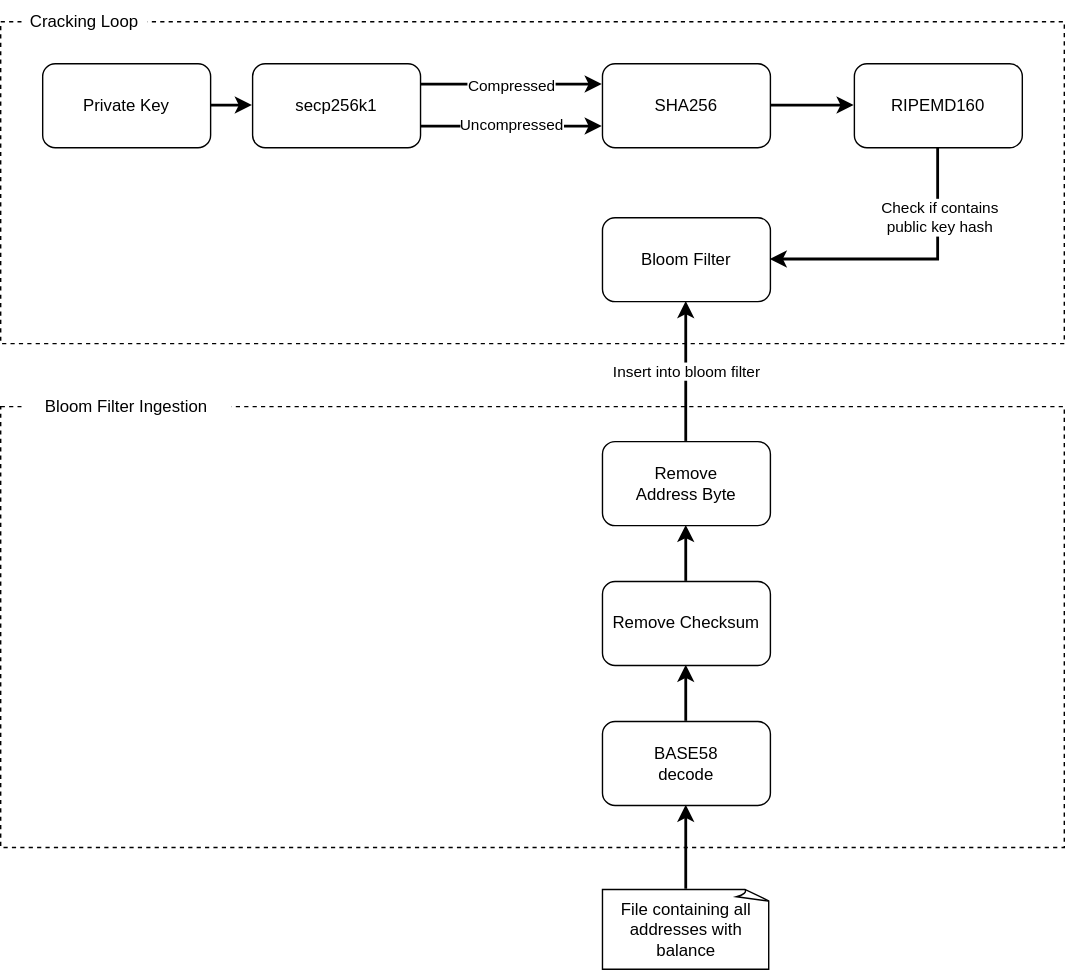
Earlier version of the draw.io export img/architecture.drawio.svg (eztam-/BitCrackOSX). Source tidied: cells renumbered, new cells last; positions are measured from the earlier drawing's top-left corner, leaving out a move shared by most shapes.
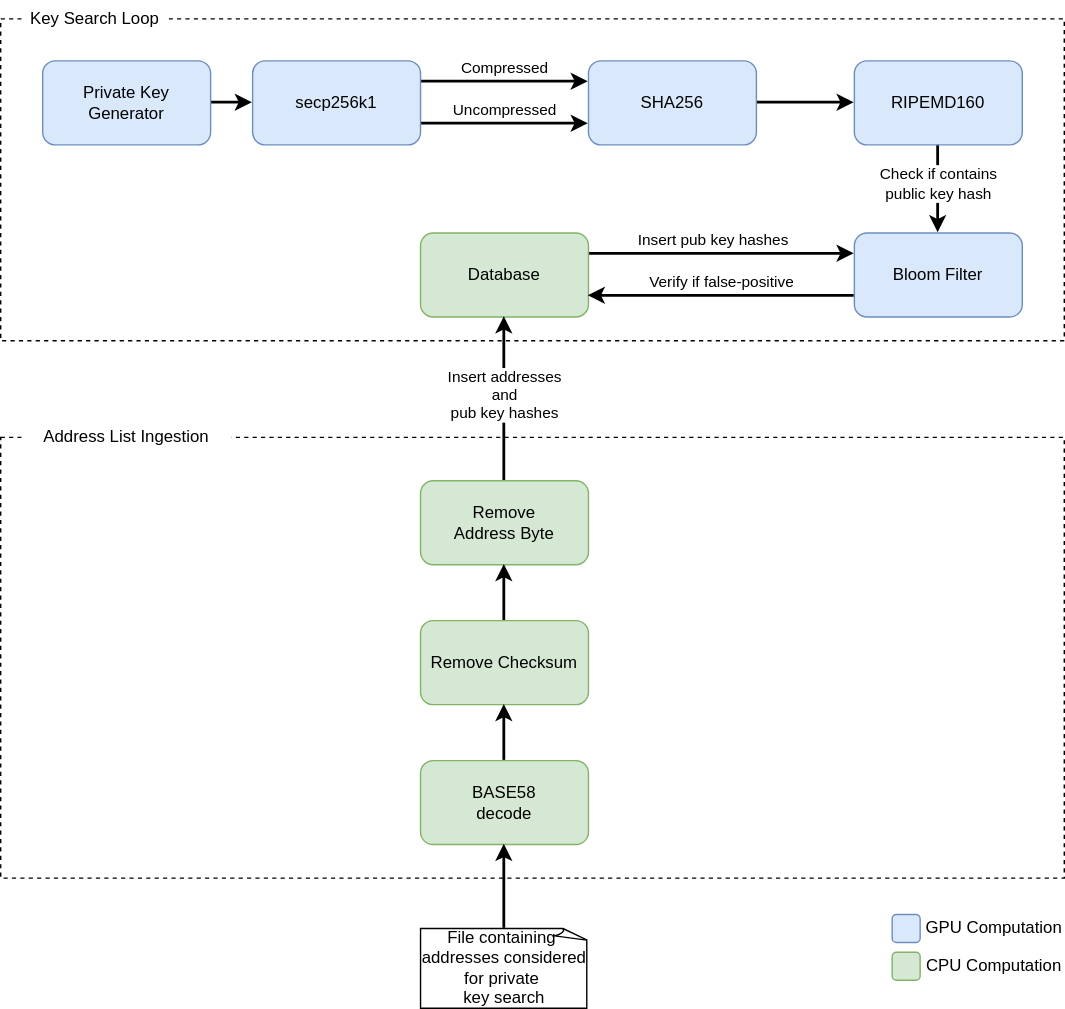
Above is the later version.

Diff of the diagram source:
```diff
@@ -3,10 +3,10 @@
     <mxCell id="0" />
     <mxCell id="1" parent="0" />
     <mxCell id="2" style="rounded=0;whiteSpace=wrap;html=1;dashed=1;labelBackgroundColor=none;" parent="1" vertex="1">
-      <mxGeometry y="290" width="760" height="315" as="geometry" />
+      <mxGeometry y="314" width="760" height="315" as="geometry" />
     </mxCell>
-    <mxCell id="3" value="Bloom Filter Ingestion" style="text;html=1;whiteSpace=wrap;strokeColor=none;fillColor=default;align=center;verticalAlign=middle;rounded=0;labelBackgroundColor=none;" parent="1" vertex="1">
-      <mxGeometry x="15" y="275" width="150" height="30" as="geometry" />
+    <mxCell id="3" value="Address List Ingestion" style="text;html=1;whiteSpace=wrap;strokeColor=none;fillColor=default;align=center;verticalAlign=middle;rounded=0;labelBackgroundColor=none;" parent="1" vertex="1">
+      <mxGeometry x="15" y="299" width="150" height="30" as="geometry" />
     </mxCell>
     <mxCell id="4" style="rounded=0;whiteSpace=wrap;html=1;dashed=1;labelBackgroundColor=none;" parent="1" vertex="1">
       <mxGeometry y="15" width="760" height="230" as="geometry" />
@@ -14,79 +14,115 @@
     <mxCell id="5" style="edgeStyle=orthogonalEdgeStyle;rounded=0;jettySize=auto;html=1;labelBackgroundColor=none;fontColor=default;strokeWidth=2;" parent="1" edge="1" source="6" target="13">
       <mxGeometry relative="1" as="geometry" />
     </mxCell>
-    <mxCell id="6" value="Private Key" style="rounded=1;whiteSpace=wrap;html=1;labelBackgroundColor=none;" parent="1" vertex="1">
+    <mxCell id="6" value="Private Key&lt;br&gt;Generator" style="rounded=1;whiteSpace=wrap;html=1;labelBackgroundColor=none;fillColor=#dae8fc;strokeColor=#6c8ebf;" parent="1" vertex="1">
       <mxGeometry x="30" y="45" width="120" height="60" as="geometry" />
     </mxCell>
     <mxCell id="7" style="edgeStyle=orthogonalEdgeStyle;rounded=0;jettySize=auto;html=1;exitX=1;exitY=0.5;exitDx=0;exitDy=0;entryX=0;entryY=0.5;entryDx=0;entryDy=0;labelBackgroundColor=none;fontColor=default;startSize=6;strokeWidth=2;" parent="1" edge="1" source="8" target="16">
       <mxGeometry relative="1" as="geometry" />
     </mxCell>
-    <mxCell id="8" value="SHA256" style="rounded=1;whiteSpace=wrap;html=1;labelBackgroundColor=none;" parent="1" vertex="1">
-      <mxGeometry x="430" y="45" width="120" height="60" as="geometry" />
+    <mxCell id="8" value="SHA256" style="rounded=1;whiteSpace=wrap;html=1;labelBackgroundColor=none;fillColor=#dae8fc;strokeColor=#6c8ebf;" parent="1" vertex="1">
+      <mxGeometry x="420" y="45" width="120" height="60" as="geometry" />
     </mxCell>
     <mxCell id="9" style="edgeStyle=orthogonalEdgeStyle;rounded=0;jettySize=auto;html=1;exitX=1;exitY=0.25;exitDx=0;exitDy=0;entryX=0;entryY=0.25;entryDx=0;entryDy=0;labelBackgroundColor=none;fontColor=default;startSize=6;strokeWidth=2;" parent="1" edge="1" source="13" target="8">
       <mxGeometry relative="1" as="geometry" />
     </mxCell>
     <mxCell id="10" value="Compressed" style="edgeLabel;html=1;align=center;verticalAlign=middle;" parent="9" vertex="1">
-      <mxGeometry x="-0.01" y="-1" relative="1" as="geometry" />
+      <mxGeometry x="-0.01" y="-1" relative="1" as="geometry">
+        <mxPoint y="-11" as="offset" />
+      </mxGeometry>
     </mxCell>
     <mxCell id="11" style="edgeStyle=orthogonalEdgeStyle;rounded=0;jettySize=auto;html=1;exitX=1;exitY=0.75;exitDx=0;exitDy=0;entryX=0;entryY=0.75;entryDx=0;entryDy=0;labelBackgroundColor=none;fontColor=default;startSize=6;strokeWidth=2;" parent="1" edge="1" source="13" target="8">
       <mxGeometry relative="1" as="geometry" />
     </mxCell>
     <mxCell id="12" value="Uncompressed" style="edgeLabel;html=1;align=center;verticalAlign=middle;" parent="11" vertex="1">
-      <mxGeometry x="-0.01" y="1" relative="1" as="geometry" />
+      <mxGeometry x="-0.01" y="1" relative="1" as="geometry">
+        <mxPoint y="-9" as="offset" />
+      </mxGeometry>
     </mxCell>
-    <mxCell id="13" value="secp256k1" style="rounded=1;whiteSpace=wrap;html=1;labelBackgroundColor=none;" parent="1" vertex="1">
+    <mxCell id="13" value="secp256k1" style="rounded=1;whiteSpace=wrap;html=1;labelBackgroundColor=none;fillColor=#dae8fc;strokeColor=#6c8ebf;" parent="1" vertex="1">
       <mxGeometry x="180" y="45" width="120" height="60" as="geometry" />
     </mxCell>
-    <mxCell id="14" style="edgeStyle=orthogonalEdgeStyle;rounded=0;jettySize=auto;html=1;entryX=1;entryY=0.5;entryDx=0;entryDy=0;strokeWidth=2;" parent="1" edge="1" source="16" target="25">
-      <mxGeometry relative="1" as="geometry">
-        <Array as="points">
-          <mxPoint x="670" y="185" />
-        </Array>
-      </mxGeometry>
+    <mxCell id="14" style="edgeStyle=orthogonalEdgeStyle;rounded=0;jettySize=auto;html=1;entryX=0.5;entryY=0;entryDx=0;entryDy=0;strokeWidth=2;" parent="1" edge="1" source="16" target="25">
+      <mxGeometry relative="1" as="geometry" />
     </mxCell>
     <mxCell id="15" value="Check if contains&lt;br&gt;public key h&lt;span style=&quot;color: light-dark(rgb(0, 0, 0), rgb(237, 237, 237)); background-color: light-dark(rgb(255, 255, 255), rgb(18, 18, 18));&quot;&gt;ash&lt;/span&gt;" style="edgeLabel;html=1;align=center;verticalAlign=middle;" parent="14" vertex="1">
       <mxGeometry x="0.27" y="-1" relative="1" as="geometry">
-        <mxPoint x="47" y="-29" as="offset" />
+        <mxPoint x="1" y="-12" as="offset" />
       </mxGeometry>
     </mxCell>
-    <mxCell id="16" value="RIPEMD160" style="rounded=1;whiteSpace=wrap;html=1;labelBackgroundColor=none;" parent="1" vertex="1">
+    <mxCell id="16" value="RIPEMD160" style="rounded=1;whiteSpace=wrap;html=1;labelBackgroundColor=none;fillColor=#dae8fc;strokeColor=#6c8ebf;" parent="1" vertex="1">
       <mxGeometry x="610" y="45" width="120" height="60" as="geometry" />
     </mxCell>
-    <mxCell id="17" style="edgeStyle=orthogonalEdgeStyle;rounded=0;jettySize=auto;html=1;exitX=0.5;exitY=0;exitDx=0;exitDy=0;entryX=0.5;entryY=1;entryDx=0;entryDy=0;strokeWidth=2;" parent="1" edge="1" source="19" target="25">
-      <mxGeometry relative="1" as="geometry" />
-    </mxCell>
-    <mxCell id="18" value="Insert into bloom filter" style="edgeLabel;html=1;align=center;verticalAlign=middle;" parent="17" vertex="1">
-      <mxGeometry x="0.28" relative="1" as="geometry">
-        <mxPoint y="14" as="offset" />
-      </mxGeometry>
-    </mxCell>
-    <mxCell id="19" value="Remove&lt;br&gt;Address Byte" style="rounded=1;whiteSpace=wrap;html=1;labelBackgroundColor=none;" parent="1" vertex="1">
-      <mxGeometry x="430" y="315" width="120" height="60" as="geometry" />
+    <mxCell id="19" value="Remove&lt;br&gt;Address Byte" style="rounded=1;whiteSpace=wrap;html=1;labelBackgroundColor=none;fillColor=#d5e8d4;strokeColor=#82b366;" parent="1" vertex="1">
+      <mxGeometry x="300" y="345" width="120" height="60" as="geometry" />
     </mxCell>
     <mxCell id="20" style="edgeStyle=orthogonalEdgeStyle;rounded=0;jettySize=auto;html=1;entryX=0.5;entryY=1;entryDx=0;entryDy=0;strokeWidth=2;" parent="1" edge="1" source="21" target="19">
       <mxGeometry relative="1" as="geometry" />
     </mxCell>
-    <mxCell id="21" value="Remove Checksum" style="rounded=1;whiteSpace=wrap;html=1;labelBackgroundColor=none;" parent="1" vertex="1">
-      <mxGeometry x="430" y="415" width="120" height="60" as="geometry" />
+    <mxCell id="21" value="Remove Checksum" style="rounded=1;whiteSpace=wrap;html=1;labelBackgroundColor=none;fillColor=#d5e8d4;strokeColor=#82b366;" parent="1" vertex="1">
+      <mxGeometry x="300" y="445" width="120" height="60" as="geometry" />
     </mxCell>
     <mxCell id="22" style="edgeStyle=orthogonalEdgeStyle;rounded=0;jettySize=auto;html=1;exitX=0.5;exitY=0;exitDx=0;exitDy=0;entryX=0.5;entryY=1;entryDx=0;entryDy=0;strokeWidth=2;" parent="1" edge="1" source="23" target="21">
       <mxGeometry relative="1" as="geometry" />
     </mxCell>
-    <mxCell id="23" value="BASE58&lt;br&gt;decode" style="rounded=1;whiteSpace=wrap;html=1;labelBackgroundColor=none;" parent="1" vertex="1">
-      <mxGeometry x="430" y="515" width="120" height="60" as="geometry" />
+    <mxCell id="23" value="BASE58&lt;br&gt;decode" style="rounded=1;whiteSpace=wrap;html=1;labelBackgroundColor=none;fillColor=#d5e8d4;strokeColor=#82b366;" parent="1" vertex="1">
+      <mxGeometry x="300" y="545" width="120" height="60" as="geometry" />
     </mxCell>
-    <mxCell id="24" value="Cracking Loop" style="text;html=1;whiteSpace=wrap;strokeColor=none;fillColor=default;align=center;verticalAlign=middle;rounded=0;labelBackgroundColor=none;" parent="1" vertex="1">
-      <mxGeometry x="15" width="90" height="30" as="geometry" />
+    <mxCell id="24" value="Key Search Loop" style="text;html=1;whiteSpace=wrap;strokeColor=none;fillColor=default;align=center;verticalAlign=middle;rounded=0;labelBackgroundColor=none;" parent="1" vertex="1">
+      <mxGeometry x="15" y="2" width="105" height="25" as="geometry" />
     </mxCell>
-    <mxCell id="25" value="Bloom Filter" style="rounded=1;whiteSpace=wrap;html=1;labelBackgroundColor=none;" parent="1" vertex="1">
-      <mxGeometry x="430" y="155" width="120" height="60" as="geometry" />
+    <mxCell id="25" value="Bloom Filter" style="rounded=1;whiteSpace=wrap;html=1;labelBackgroundColor=none;fillColor=#dae8fc;strokeColor=#6c8ebf;" parent="1" vertex="1">
+      <mxGeometry x="610" y="168" width="120" height="60" as="geometry" />
     </mxCell>
     <mxCell id="26" style="edgeStyle=orthogonalEdgeStyle;rounded=0;jettySize=auto;html=1;entryX=0.5;entryY=1;entryDx=0;entryDy=0;strokeWidth=2;" parent="1" edge="1" source="27" target="23">
       <mxGeometry relative="1" as="geometry" />
     </mxCell>
-    <mxCell id="27" value="File containing all addresses with balance" style="whiteSpace=wrap;html=1;shape=mxgraph.basic.document;" parent="1" vertex="1">
-      <mxGeometry x="430" y="635" width="120" height="57" as="geometry" />
+    <mxCell id="27" value="File containing&amp;nbsp; addresses considered for private&amp;nbsp;&lt;br&gt;key search" style="whiteSpace=wrap;html=1;shape=mxgraph.basic.document;" parent="1" vertex="1">
+      <mxGeometry x="300" y="665" width="120" height="57" as="geometry" />
     </mxCell>
+    <mxCell id="28" style="edgeStyle=orthogonalEdgeStyle;rounded=0;jettySize=auto;html=1;exitX=1;exitY=0.25;exitDx=0;exitDy=0;entryX=0;entryY=0.25;entryDx=0;entryDy=0;strokeWidth=2;" parent="1" edge="1" source="30" target="25">
+      <mxGeometry relative="1" as="geometry" />
+    </mxCell>
+    <mxCell id="29" value="Insert pub key hashes" style="edgeLabel;html=1;align=center;verticalAlign=middle;" parent="28" vertex="1">
+      <mxGeometry x="-0.12" y="1" relative="1" as="geometry">
+        <mxPoint x="4" y="-9" as="offset" />
+      </mxGeometry>
+    </mxCell>
+    <mxCell id="30" value="Database" style="rounded=1;whiteSpace=wrap;html=1;labelBackgroundColor=none;fillColor=#d5e8d4;strokeColor=#82b366;" parent="1" vertex="1">
+      <mxGeometry x="300" y="168" width="120" height="60" as="geometry" />
+    </mxCell>
+    <mxCell id="31" style="edgeStyle=orthogonalEdgeStyle;rounded=0;jettySize=auto;html=1;exitX=0.5;exitY=0;exitDx=0;exitDy=0;entryX=0.5;entryY=1;entryDx=0;entryDy=0;strokeWidth=2;" parent="1" edge="1" source="19" target="30">
+      <mxGeometry relative="1" as="geometry">
+        <Array as="points">
+          <mxPoint x="360" y="285" />
+          <mxPoint x="360" y="285" />
+        </Array>
+      </mxGeometry>
+    </mxCell>
+    <mxCell id="32" value="Insert addresses&lt;br&gt;and&lt;br&gt;pub key hashes" style="edgeLabel;html=1;align=center;verticalAlign=middle;" parent="31" vertex="1">
+      <mxGeometry x="0.28" relative="1" as="geometry">
+        <mxPoint y="14" as="offset" />
+      </mxGeometry>
+    </mxCell>
+    <mxCell id="33" style="edgeStyle=orthogonalEdgeStyle;rounded=0;jettySize=auto;html=1;exitX=0;exitY=0.75;exitDx=0;exitDy=0;entryX=1;entryY=0.75;entryDx=0;entryDy=0;strokeWidth=2;" parent="1" edge="1" source="25" target="30">
+      <mxGeometry relative="1" as="geometry" />
+    </mxCell>
+    <mxCell id="34" value="Verify if false-positive" style="edgeLabel;html=1;align=center;verticalAlign=middle;" parent="33" vertex="1">
+      <mxGeometry x="0.01" relative="1" as="geometry">
+        <mxPoint y="-10" as="offset" />
+      </mxGeometry>
+    </mxCell>
+    <mxCell id="35" style="rounded=1;whiteSpace=wrap;html=1;labelBackgroundColor=none;fillColor=#dae8fc;strokeColor=#6c8ebf;fontColor=light-dark(#dbe7ff, #ededed);" parent="1" vertex="1">
+      <mxGeometry x="637" y="655" width="20" height="20" as="geometry" />
+    </mxCell>
+    <mxCell id="36" style="rounded=1;whiteSpace=wrap;html=1;labelBackgroundColor=none;fillColor=#d5e8d4;strokeColor=#82b366;" parent="1" vertex="1">
+      <mxGeometry x="637" y="682" width="20" height="20" as="geometry" />
+    </mxCell>
+    <mxCell id="37" value="GPU Computation" style="text;html=1;whiteSpace=wrap;align=center;verticalAlign=middle;rounded=0;" parent="1" vertex="1">
+      <mxGeometry x="660" y="655" width="100" height="20" as="geometry" />
+    </mxCell>
+    <mxCell id="38" value="CPU Computation" style="text;html=1;whiteSpace=wrap;align=center;verticalAlign=middle;rounded=0;" parent="1" vertex="1">
+      <mxGeometry x="660" y="682" width="100" height="20" as="geometry" />
+    </mxCell>
   </root>
 </mxGraphModel>
```
